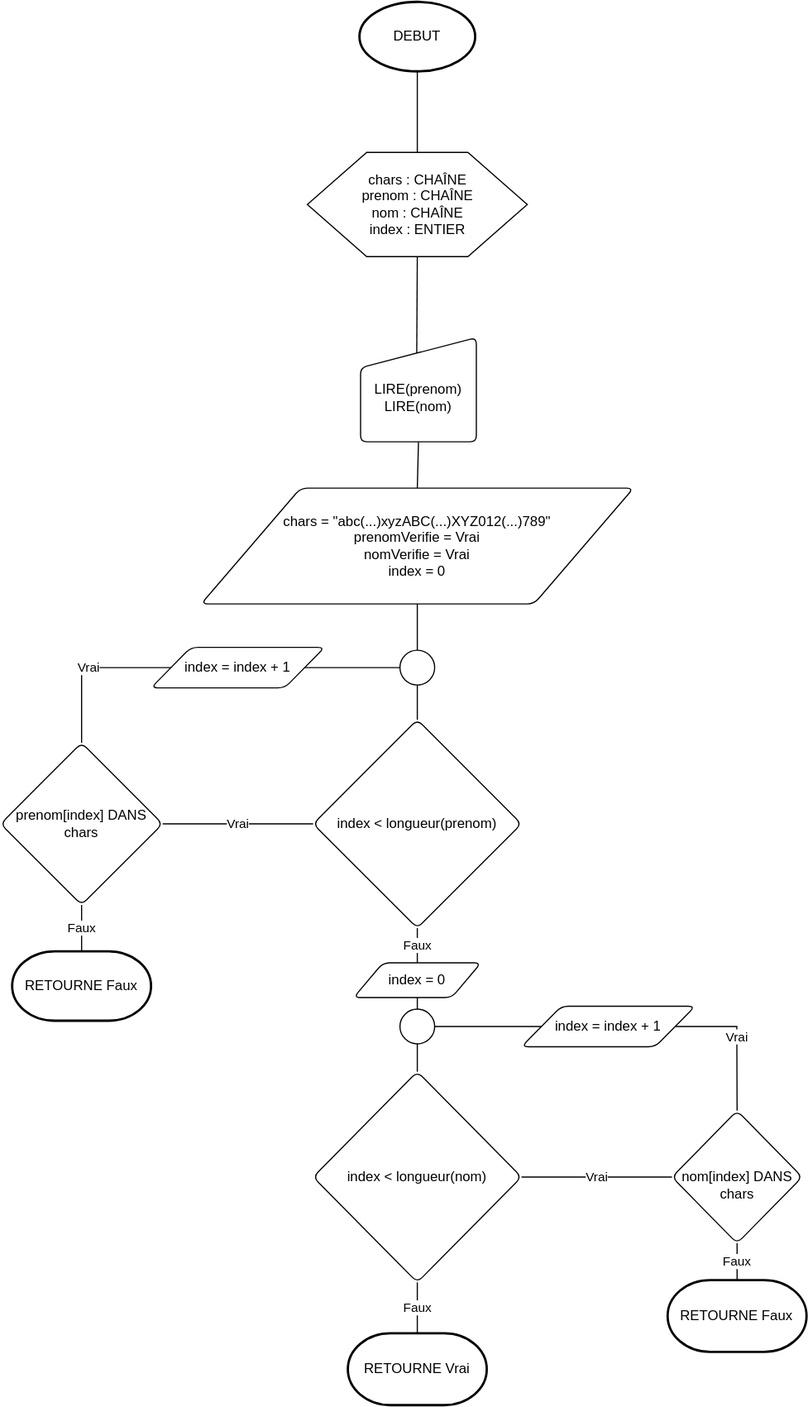
This is 0869/user_project/diagrams/check_name.drawio.svg from katseyres/esa, a draw.io export, as it was before one commit. Source tidied: cells renumbered, new cells last; positions are measured from the earlier drawing's top-left corner, leaving out a move shared by most shapes.
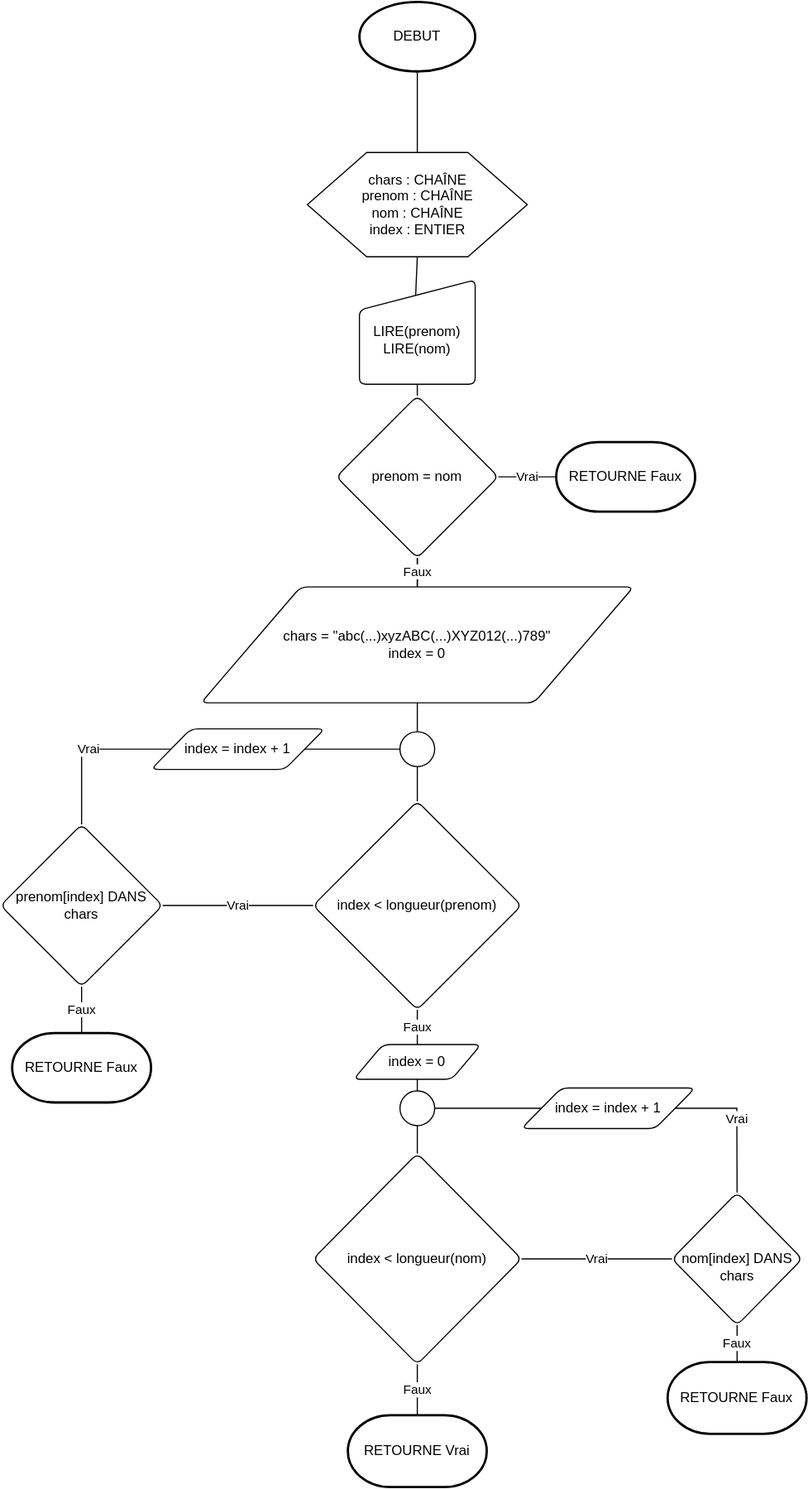
After the change.

Change to the diagram source:
```diff
@@ -6,22 +6,25 @@
       <mxGeometry relative="1" as="geometry" />
     </mxCell>
     <mxCell id="3" value="DEBUT" style="strokeWidth=2;html=1;shape=mxgraph.flowchart.start_1;whiteSpace=wrap;" parent="1" vertex="1">
-      <mxGeometry x="310" width="100" height="60" as="geometry" />
+      <mxGeometry x="310" y="-70" width="100" height="60" as="geometry" />
     </mxCell>
     <mxCell id="4" style="edgeStyle=none;html=1;exitX=0.5;exitY=1;exitDx=0;exitDy=0;entryX=0.485;entryY=0.167;entryDx=0;entryDy=0;endArrow=none;endFill=0;entryPerimeter=0;" parent="1" edge="1" source="5" target="7">
       <mxGeometry relative="1" as="geometry" />
     </mxCell>
     <mxCell id="5" value="chars : CHAÎNE&lt;br&gt;prenom : CHAÎNE&lt;br&gt;nom : CHAÎNE&lt;br&gt;index : ENTIER" style="verticalLabelPosition=centerverticalAlign=center;html=1;shape=hexagon;perimeter=hexagonPerimeter2;arcSize=6;size=0.27;" parent="1" vertex="1">
-      <mxGeometry x="265" y="130" width="190" height="90" as="geometry" />
+      <mxGeometry x="265" y="60" width="190" height="90" as="geometry" />
     </mxCell>
-    <mxCell id="6" style="edgeStyle=none;html=1;exitX=0.5;exitY=1;exitDx=0;exitDy=0;entryX=0.5;entryY=0;entryDx=0;entryDy=0;endArrow=none;endFill=0;" parent="1" edge="1" source="7" target="8">
-      <mxGeometry relative="1" as="geometry" />
-    </mxCell>
+    <mxCell id="35" style="edgeStyle=none;html=1;endArrow=none;endFill=0;" parent="1" edge="1" source="7" target="39">
+      <mxGeometry relative="1" as="geometry" />
+    </mxCell>
     <mxCell id="7" value="&lt;br&gt;LIRE(prenom)&lt;br&gt;LIRE(nom)" style="html=1;strokeWidth=1;shape=manualInput;whiteSpace=wrap;rounded=1;size=26;arcSize=11;" parent="1" vertex="1">
-      <mxGeometry x="311" y="290" width="100" height="90" as="geometry" />
+      <mxGeometry x="310" y="170" width="100" height="90" as="geometry" />
     </mxCell>
+    <mxCell id="36" style="edgeStyle=none;html=1;endArrow=none;endFill=0;" parent="1" edge="1" source="8" target="39">
+      <mxGeometry relative="1" as="geometry" />
+    </mxCell>
-    <mxCell id="8" value="&lt;span&gt;chars = &quot;abc(...)xyzABC(...)XYZ012(...)789&quot;&lt;br&gt;prenomVerifie = Vrai&lt;br&gt;nomVerifie = Vrai&lt;br&gt;index = 0&lt;br&gt;&lt;/span&gt;" style="shape=parallelogram;html=1;strokeWidth=1;perimeter=parallelogramPerimeter;whiteSpace=wrap;rounded=1;arcSize=12;size=0.23;" parent="1" vertex="1">
-      <mxGeometry x="173.2" y="420" width="373.5" height="100" as="geometry" />
+    <mxCell id="8" value="&lt;span&gt;chars = &quot;abc(...)xyzABC(...)XYZ012(...)789&quot;&lt;br&gt;index = 0&lt;br&gt;&lt;/span&gt;" style="shape=parallelogram;html=1;strokeWidth=1;perimeter=parallelogramPerimeter;whiteSpace=wrap;rounded=1;arcSize=12;size=0.23;" parent="1" vertex="1">
+      <mxGeometry x="173.2" y="435" width="373.5" height="100" as="geometry" />
     </mxCell>
     <mxCell id="9" value="Vrai" style="edgeStyle=none;html=1;endArrow=none;endFill=0;" parent="1" edge="1" source="11" target="17">
       <mxGeometry relative="1" as="geometry" />
@@ -109,5 +112,17 @@
     <mxCell id="34" value="RETOURNE Vrai" style="strokeWidth=2;html=1;shape=mxgraph.flowchart.terminator;whiteSpace=wrap;" parent="1" vertex="1">
       <mxGeometry x="300" y="1150" width="120" height="62" as="geometry" />
     </mxCell>
+    <mxCell id="37" value="Vrai" style="edgeStyle=none;html=1;endArrow=none;endFill=0;" parent="1" edge="1" source="39" target="40">
+      <mxGeometry relative="1" as="geometry" />
+    </mxCell>
+    <mxCell id="38" value="Faux" style="edgeStyle=none;html=1;endArrow=none;endFill=0;" parent="1" edge="1" source="39" target="8">
+      <mxGeometry relative="1" as="geometry" />
+    </mxCell>
+    <mxCell id="39" value="prenom = nom" style="rhombus;whiteSpace=wrap;html=1;strokeWidth=1;rounded=1;arcSize=12;" parent="1" vertex="1">
+      <mxGeometry x="290" y="270" width="140" height="140" as="geometry" />
+    </mxCell>
+    <mxCell id="40" value="RETOURNE Faux" style="strokeWidth=2;html=1;shape=mxgraph.flowchart.terminator;whiteSpace=wrap;" parent="1" vertex="1">
+      <mxGeometry x="480" y="310" width="120" height="60" as="geometry" />
+    </mxCell>
   </root>
 </mxGraphModel>
```
